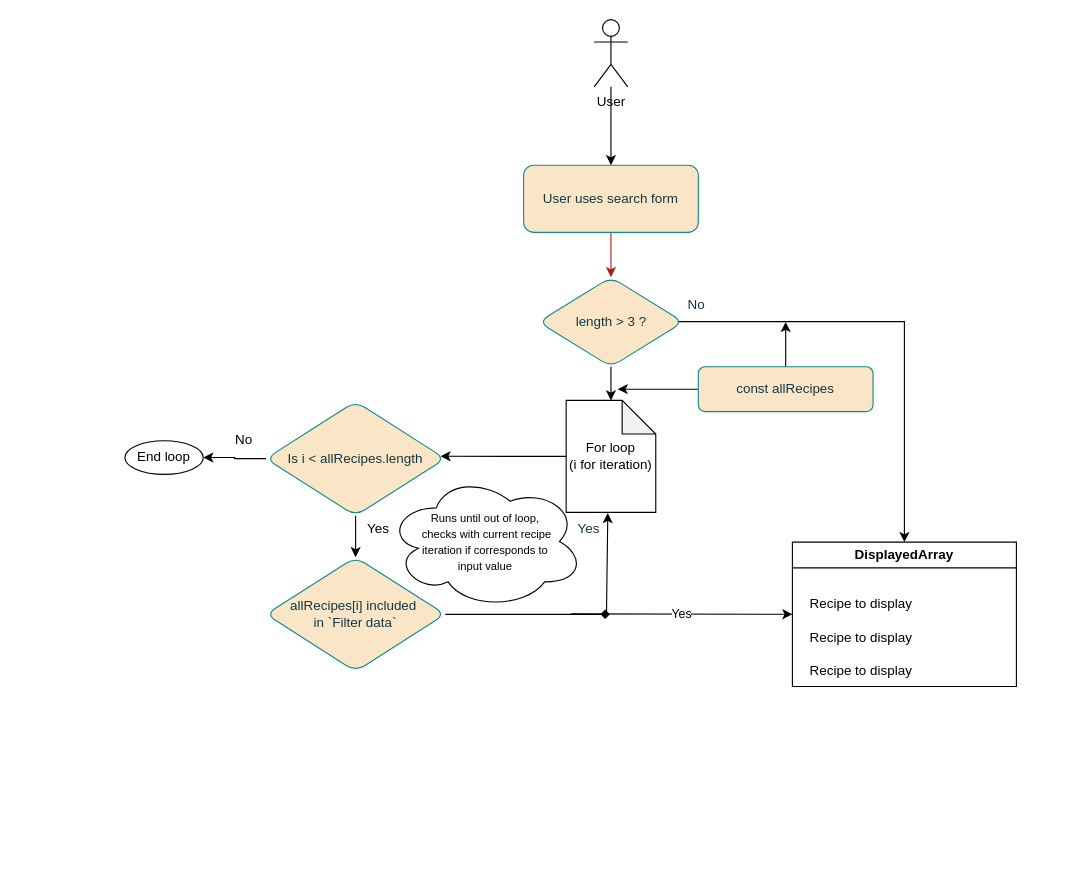
Earlier version of the draw.io diagram diagrams/native-for.drawio (aziiane/OC-P7). Source tidied: cells renumbered, new cells numbered last; positions are measured from the earlier drawing's top-left corner, leaving out a move shared by most shapes. Both pictures are drawn from the tidied source at 112%, with x=0, y=0 at pixel (124, 19).
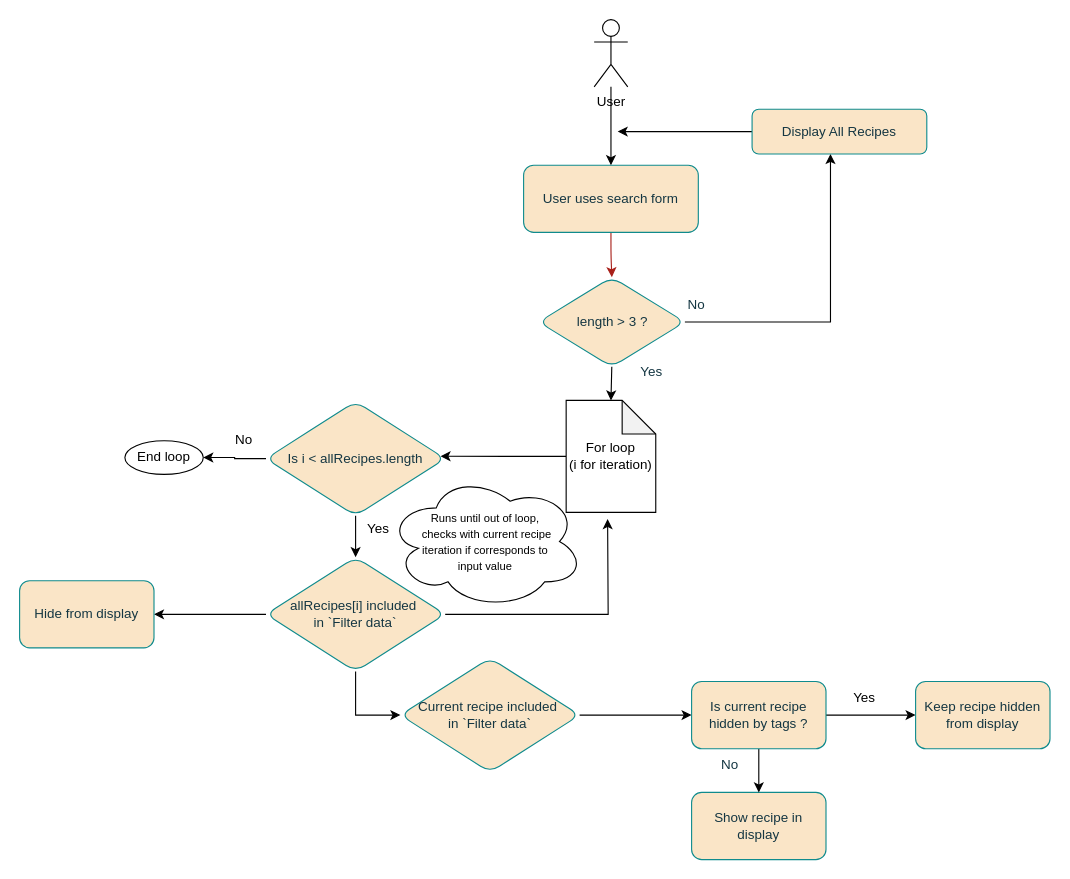
Above is the later version.

The change refers to these unchanged cells:
```xml
<mxCell id="17" value="For loop&lt;div&gt;(i for iteration)&lt;/div&gt;" style="shape=note;whiteSpace=wrap;html=1;backgroundOutline=1;darkOpacity=0.05;" parent="1" vertex="1">
  <mxGeometry x="394" y="340" width="80" height="100" as="geometry" />
</mxCell>
<mxCell id="25" value="allRecipes[i] included&amp;nbsp;&lt;div&gt;in `&lt;span style=&quot;background-color: initial;&quot;&gt;Filter data`&lt;/span&gt;&lt;/div&gt;" style="rhombus;whiteSpace=wrap;html=1;rounded=1;labelBackgroundColor=none;fillColor=#FAE5C7;strokeColor=#0F8B8D;fontColor=#143642;" parent="1" vertex="1">
  <mxGeometry x="126" y="480" width="160" height="102" as="geometry" />
</mxCell>
```

Change to the diagram source:
```diff
@@
     <mxCell id="4" value="length &amp;gt; 3 ?" style="rhombus;whiteSpace=wrap;html=1;rounded=1;labelBackgroundColor=none;fillColor=#FAE5C7;strokeColor=#0F8B8D;fontColor=#143642;" parent="1" vertex="1">
-      <mxGeometry x="369.5" y="230" width="129" height="80" as="geometry" />
+      <mxGeometry x="369.5" y="230" width="130.5" height="80" as="geometry" />
     </mxCell>
-    <mxCell id="5" value="Yes" style="text;html=1;align=center;verticalAlign=middle;strokeColor=none;fillColor=none;labelBackgroundColor=none;fontColor=#143642;rounded=1;" parent="1" vertex="1">
-      <mxGeometry x="394" y="440" width="40" height="30" as="geometry" />
-    </mxCell>
@@
-    <mxCell id="8" style="edgeStyle=orthogonalEdgeStyle;rounded=0;jettySize=auto;html=1;exitX=0.969;exitY=0.496;exitDx=0;exitDy=0;entryX=0.5;entryY=0;entryDx=0;entryDy=0;exitPerimeter=0;" parent="1" edge="1" source="4" target="9">
-      <mxGeometry relative="1" as="geometry">
-        <Array as="points">
-          <mxPoint x="696" y="270" />
-        </Array>
-      </mxGeometry>
-    </mxCell>
-    <mxCell id="9" value="DisplayedArray" style="swimlane;whiteSpace=wrap;html=1;" parent="1" vertex="1">
-      <mxGeometry x="596" y="466.5" width="200" height="129" as="geometry" />
-    </mxCell>
-    <mxCell id="10" value="Recipe to display" style="text;html=1;align=center;verticalAlign=middle;strokeColor=none;fillColor=none;" parent="9" vertex="1">
-      <mxGeometry x="6" y="40" width="110" height="30" as="geometry" />
-    </mxCell>
-    <mxCell id="11" value="Recipe to display" style="text;html=1;align=center;verticalAlign=middle;strokeColor=none;fillColor=none;" parent="9" vertex="1">
-      <mxGeometry x="6" y="70" width="110" height="30" as="geometry" />
-    </mxCell>
-    <mxCell id="12" value="Recipe to display" style="text;html=1;align=center;verticalAlign=middle;strokeColor=none;fillColor=none;" parent="9" vertex="1">
-      <mxGeometry x="6" y="100" width="110" height="30" as="geometry" />
-    </mxCell>
-    <mxCell id="13" style="edgeStyle=orthogonalEdgeStyle;rounded=0;jettySize=auto;html=1;" parent="1" edge="1" source="15">
-      <mxGeometry relative="1" as="geometry">
-        <mxPoint x="590" y="270" as="targetPoint" />
-      </mxGeometry>
-    </mxCell>
     <mxCell id="14" style="edgeStyle=orthogonalEdgeStyle;rounded=0;jettySize=auto;html=1;" parent="1" edge="1" source="15">
       <mxGeometry relative="1" as="geometry">
-        <mxPoint x="440" y="330" as="targetPoint" />
+        <mxPoint x="440" y="100" as="targetPoint" />
       </mxGeometry>
     </mxCell>
+    <mxCell id="32" style="edgeStyle=orthogonalEdgeStyle;rounded=0;jettySize=auto;html=1;entryX=1;entryY=0.5;entryDx=0;entryDy=0;endArrow=none;endFill=0;startArrow=classic;startFill=1;" parent="1" edge="1" source="15" target="4">
+      <mxGeometry relative="1" as="geometry">
+        <Array as="points">
+          <mxPoint x="630" y="270" />
+        </Array>
+      </mxGeometry>
+    </mxCell>
-    <mxCell id="15" value="const allRecipes" style="rounded=1;whiteSpace=wrap;html=1;labelBackgroundColor=none;fillColor=#FAE5C7;strokeColor=#0F8B8D;fontColor=#143642;" parent="1" vertex="1">
-      <mxGeometry x="512" y="310" width="156" height="40" as="geometry" />
+    <mxCell id="15" value="Display All Recipes" style="rounded=1;whiteSpace=wrap;html=1;labelBackgroundColor=none;fillColor=#FAE5C7;strokeColor=#0F8B8D;fontColor=#143642;" parent="1" vertex="1">
+      <mxGeometry x="560" y="80" width="156" height="40" as="geometry" />
     </mxCell>
@@
-    <mxCell id="24" style="rounded=1;jettySize=auto;html=1;strokeColor=default;edgeStyle=orthogonalEdgeStyle;elbow=vertical;curved=1;endArrow=diamond;endFill=1;" parent="1" edge="1" source="25">
-      <mxGeometry relative="1" as="geometry">
-        <mxPoint x="433" y="531" as="targetPoint" />
-      </mxGeometry>
-    </mxCell>
+    <mxCell id="33" style="edgeStyle=orthogonalEdgeStyle;rounded=0;jettySize=auto;html=1;entryX=0;entryY=0.5;entryDx=0;entryDy=0;" parent="1" edge="1" source="25" target="39">
+      <mxGeometry relative="1" as="geometry" />
+    </mxCell>
+    <mxCell id="34" style="edgeStyle=orthogonalEdgeStyle;rounded=0;jettySize=auto;html=1;" parent="1" edge="1" source="25" target="37">
+      <mxGeometry relative="1" as="geometry" />
+    </mxCell>
@@
-    <mxCell id="26" style="endArrow=classic;html=1;rounded=0;entryX=0;entryY=0.5;entryDx=0;entryDy=0;" parent="1" edge="1" target="9">
-      <mxGeometry relative="1" as="geometry">
-        <mxPoint x="398" y="530.6" as="sourcePoint" />
-      </mxGeometry>
-    </mxCell>
+    <mxCell id="28" style="edgeStyle=orthogonalEdgeStyle;rounded=0;jettySize=auto;html=1;exitX=0.5;exitY=1;exitDx=0;exitDy=0;entryX=0.5;entryY=0;entryDx=0;entryDy=0;entryPerimeter=0;" parent="1" edge="1" source="4" target="17">
+      <mxGeometry relative="1" as="geometry" />
+    </mxCell>
+    <mxCell id="31" value="&lt;font style=&quot;font-size: 10px;&quot;&gt;Runs until out of&amp;nbsp;&lt;/font&gt;&lt;span style=&quot;font-size: 10px; background-color: initial;&quot;&gt;loop,&lt;/span&gt;&lt;div&gt;&lt;span style=&quot;font-size: 10px; background-color: initial;&quot;&gt;&amp;nbsp;&lt;/span&gt;&lt;span style=&quot;font-size: 10px; background-color: initial;&quot;&gt;checks with current&amp;nbsp;&lt;/span&gt;&lt;span style=&quot;font-size: 10px; background-color: initial;&quot;&gt;recipe&lt;/span&gt;&lt;/div&gt;&lt;div&gt;&lt;span style=&quot;font-size: 10px; background-color: initial;&quot;&gt;&amp;nbsp;iteration if corresponds to&amp;nbsp;&lt;/span&gt;&lt;/div&gt;&lt;div&gt;&lt;span style=&quot;font-size: 10px; background-color: initial;&quot;&gt;input value&lt;/span&gt;&lt;/div&gt;" style="ellipse;shape=cloud;whiteSpace=wrap;html=1;" parent="1" vertex="1">
+      <mxGeometry x="234" y="406" width="176" height="120" as="geometry" />
+    </mxCell>
+    <mxCell id="30" value="No" style="text;html=1;align=center;verticalAlign=middle;strokeColor=none;fillColor=none;labelBackgroundColor=none;fontColor=#143642;rounded=1;" parent="1" vertex="1">
+      <mxGeometry x="490" y="240" width="40" height="30" as="geometry" />
+    </mxCell>
+    <mxCell id="5" value="Yes" style="text;html=1;align=center;verticalAlign=middle;strokeColor=none;fillColor=none;labelBackgroundColor=none;fontColor=#143642;rounded=1;" parent="1" vertex="1">
+      <mxGeometry x="450" y="300" width="40" height="30" as="geometry" />
+    </mxCell>
+    <mxCell id="35" style="edgeStyle=orthogonalEdgeStyle;rounded=0;jettySize=auto;html=1;entryX=0.925;entryY=0.2;entryDx=0;entryDy=0;entryPerimeter=0;" parent="1" edge="1" source="25">
+      <mxGeometry relative="1" as="geometry">
+        <mxPoint x="431" y="446" as="targetPoint" />
+      </mxGeometry>
+    </mxCell>
+    <mxCell id="36" value="Show recipe in display" style="whiteSpace=wrap;html=1;fillColor=#FAE5C7;strokeColor=#0F8B8D;fontColor=#143642;rounded=1;labelBackgroundColor=none;" parent="1" vertex="1">
+      <mxGeometry x="506" y="690" width="120" height="60" as="geometry" />
+    </mxCell>
+    <mxCell id="37" value="Hide from display" style="whiteSpace=wrap;html=1;fillColor=#FAE5C7;strokeColor=#0F8B8D;fontColor=#143642;rounded=1;labelBackgroundColor=none;" parent="1" vertex="1">
+      <mxGeometry x="-94" y="501" width="120" height="60" as="geometry" />
+    </mxCell>
+    <mxCell id="38" style="edgeStyle=orthogonalEdgeStyle;rounded=0;jettySize=auto;html=1;" parent="1" edge="1" source="39" target="42">
+      <mxGeometry relative="1" as="geometry" />
+    </mxCell>
+    <mxCell id="39" value="Current recipe included&amp;nbsp;&lt;div&gt;in `&lt;span style=&quot;background-color: initial;&quot;&gt;Filter data`&lt;/span&gt;&lt;/div&gt;" style="rhombus;whiteSpace=wrap;html=1;rounded=1;labelBackgroundColor=none;fillColor=#FAE5C7;strokeColor=#0F8B8D;fontColor=#143642;" parent="1" vertex="1">
+      <mxGeometry x="246" y="570" width="160" height="102" as="geometry" />
+    </mxCell>
+    <mxCell id="40" style="edgeStyle=orthogonalEdgeStyle;rounded=0;jettySize=auto;html=1;" parent="1" edge="1" source="42" target="43">
+      <mxGeometry relative="1" as="geometry" />
+    </mxCell>
+    <mxCell id="41" style="edgeStyle=orthogonalEdgeStyle;rounded=0;jettySize=auto;html=1;" parent="1" edge="1" source="42" target="36">
+      <mxGeometry relative="1" as="geometry" />
+    </mxCell>
+    <mxCell id="42" value="Is current recipe hidden by tags ?" style="whiteSpace=wrap;html=1;fillColor=#FAE5C7;strokeColor=#0F8B8D;fontColor=#143642;rounded=1;labelBackgroundColor=none;" parent="1" vertex="1">
+      <mxGeometry x="506" y="591" width="120" height="60" as="geometry" />
+    </mxCell>
+    <mxCell id="43" value="Keep recipe hidden from display" style="whiteSpace=wrap;html=1;fillColor=#FAE5C7;strokeColor=#0F8B8D;fontColor=#143642;rounded=1;labelBackgroundColor=none;" parent="1" vertex="1">
+      <mxGeometry x="706" y="591" width="120" height="60" as="geometry" />
+    </mxCell>
+    <mxCell id="44" value="No" style="text;html=1;align=center;verticalAlign=middle;strokeColor=none;fillColor=none;labelBackgroundColor=none;fontColor=#143642;rounded=1;" parent="1" vertex="1">
+      <mxGeometry x="520" y="651" width="40" height="30" as="geometry" />
+    </mxCell>
-    <mxCell id="27" value="Yes" style="edgeLabel;html=1;align=center;verticalAlign=middle;" parent="26" vertex="1">
-      <mxGeometry relative="1" as="geometry" />
+    <mxCell id="27" value="Yes" style="text;html=1;align=center;verticalAlign=middle;strokeColor=none;fillColor=none;" parent="1" vertex="1">
+      <mxGeometry x="640" y="591" width="40" height="30" as="geometry" />
     </mxCell>
-    <mxCell id="28" style="edgeStyle=orthogonalEdgeStyle;rounded=0;jettySize=auto;html=1;exitX=0.5;exitY=1;exitDx=0;exitDy=0;entryX=0.5;entryY=0;entryDx=0;entryDy=0;entryPerimeter=0;" parent="1" edge="1" source="4" target="17">
-      <mxGeometry relative="1" as="geometry" />
-    </mxCell>
-    <mxCell id="29" style="endArrow=classic;html=1;rounded=0;entryX=0.465;entryY=1.006;entryDx=0;entryDy=0;entryPerimeter=0;" parent="1" edge="1" target="17">
-      <mxGeometry relative="1" as="geometry">
-        <mxPoint x="430" y="530" as="sourcePoint" />
-      </mxGeometry>
-    </mxCell>
-    <mxCell id="30" value="No" style="text;html=1;align=center;verticalAlign=middle;strokeColor=none;fillColor=none;labelBackgroundColor=none;fontColor=#143642;rounded=1;" parent="1" vertex="1">
-      <mxGeometry x="490" y="240" width="40" height="30" as="geometry" />
-    </mxCell>
-    <mxCell id="31" value="&lt;font style=&quot;font-size: 10px;&quot;&gt;Runs until out of&amp;nbsp;&lt;/font&gt;&lt;span style=&quot;font-size: 10px; background-color: initial;&quot;&gt;loop,&lt;/span&gt;&lt;div&gt;&lt;span style=&quot;font-size: 10px; background-color: initial;&quot;&gt;&amp;nbsp;&lt;/span&gt;&lt;span style=&quot;font-size: 10px; background-color: initial;&quot;&gt;checks with current&amp;nbsp;&lt;/span&gt;&lt;span style=&quot;font-size: 10px; background-color: initial;&quot;&gt;recipe&lt;/span&gt;&lt;/div&gt;&lt;div&gt;&lt;span style=&quot;font-size: 10px; background-color: initial;&quot;&gt;&amp;nbsp;iteration if corresponds to&amp;nbsp;&lt;/span&gt;&lt;/div&gt;&lt;div&gt;&lt;span style=&quot;font-size: 10px; background-color: initial;&quot;&gt;input value&lt;/span&gt;&lt;/div&gt;" style="ellipse;shape=cloud;whiteSpace=wrap;html=1;" parent="1" vertex="1">
-      <mxGeometry x="234" y="406" width="176" height="120" as="geometry" />
-    </mxCell>
```
